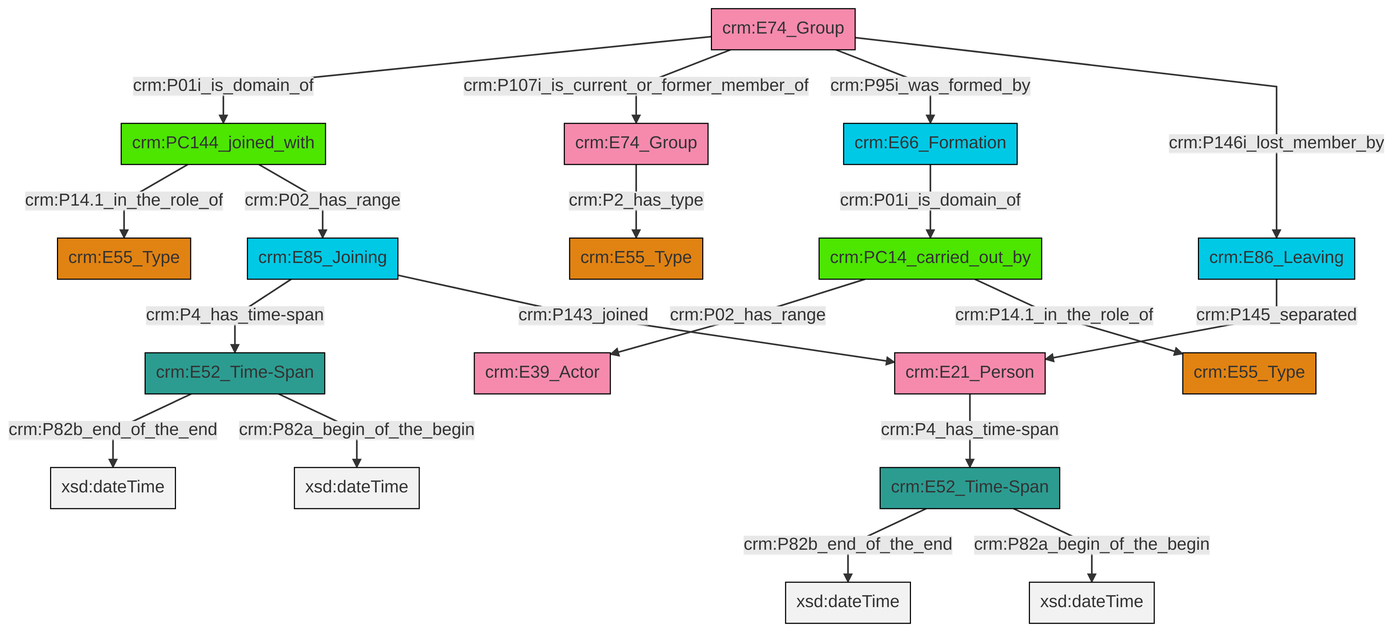
Earlier version of the Mermaid export et/groupCSV/ttl/mmd/png/group_actor_relations.png (swiss-art-research-net/reference-data-models). Its source is kept beside it as et/groupCSV/ttl/mmd/group_actor_relations.ttl.mmd.
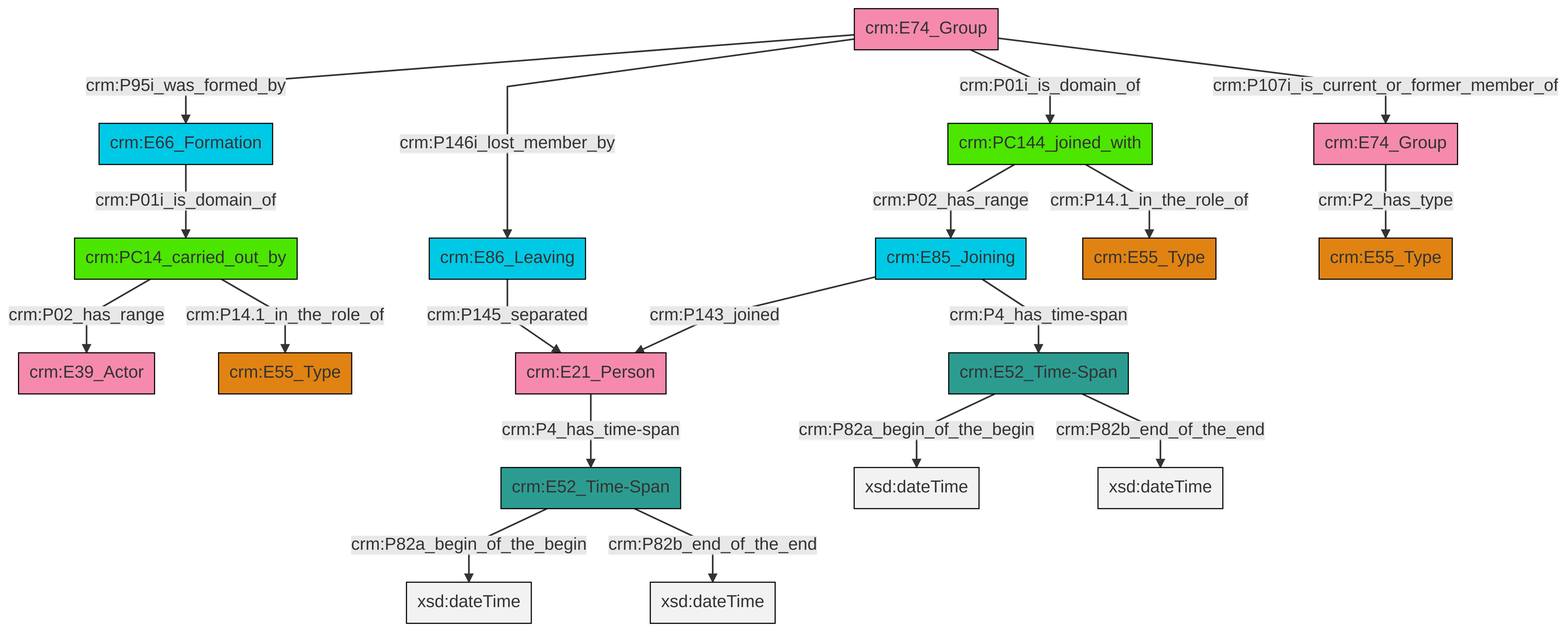
The same diagram one commit later.

What changed in the source:
```diff
@@ -13,21 +13,21 @@
 classDef PC_Classes fill:#4ce600, stroke:#000000;
 classDef Multi fill:#cccccc,stroke:#000000;
 
-2["crm:E74_Group"]:::Actor -->|crm:P01i_is_domain_of| 3["crm:PC144_joined_with"]:::PC_Classes
-4["crm:E52_Time-Span"]:::Time-Span -->|crm:P82b_end_of_the_end| 5[xsd:dateTime]:::Literal
-6["crm:PC14_carried_out_by"]:::PC_Classes -->|crm:P02_has_range| 7["crm:E39_Actor"]:::Actor
-3["crm:PC144_joined_with"]:::PC_Classes -->|crm:P14.1_in_the_role_of| 0["crm:E55_Type"]:::Type
-6["crm:PC14_carried_out_by"]:::PC_Classes -->|crm:P14.1_in_the_role_of| 9["crm:E55_Type"]:::Type
-13["crm:E85_Joining"]:::Temporal_Entity -->|crm:P4_has_time-span| 14["crm:E52_Time-Span"]:::Time-Span
-15["crm:E66_Formation"]:::Temporal_Entity -->|crm:P01i_is_domain_of| 6["crm:PC14_carried_out_by"]:::PC_Classes
-16["crm:E86_Leaving"]:::Temporal_Entity -->|crm:P145_separated| 17["crm:E21_Person"]:::Actor
-4["crm:E52_Time-Span"]:::Time-Span -->|crm:P82a_begin_of_the_begin| 19[xsd:dateTime]:::Literal
-2["crm:E74_Group"]:::Actor -->|crm:P107i_is_current_or_former_member_of| 22["crm:E74_Group"]:::Actor
-14["crm:E52_Time-Span"]:::Time-Span -->|crm:P82b_end_of_the_end| 24[xsd:dateTime]:::Literal
-13["crm:E85_Joining"]:::Temporal_Entity -->|crm:P143_joined| 17["crm:E21_Person"]:::Actor
-14["crm:E52_Time-Span"]:::Time-Span -->|crm:P82a_begin_of_the_begin| 27[xsd:dateTime]:::Literal
-3["crm:PC144_joined_with"]:::PC_Classes -->|crm:P02_has_range| 13["crm:E85_Joining"]:::Temporal_Entity
-22["crm:E74_Group"]:::Actor -->|crm:P2_has_type| 11["crm:E55_Type"]:::Type
-17["crm:E21_Person"]:::Actor -->|crm:P4_has_time-span| 4["crm:E52_Time-Span"]:::Time-Span
-2["crm:E74_Group"]:::Actor -->|crm:P95i_was_formed_by| 15["crm:E66_Formation"]:::Temporal_Entity
-2["crm:E74_Group"]:::Actor -->|crm:P146i_lost_member_by| 16["crm:E86_Leaving"]:::Temporal_Entity
+0["crm:E74_Group"]:::Actor -->|crm:P01i_is_domain_of| 1["crm:PC144_joined_with"]:::PC_Classes
+6["crm:E52_Time-Span"]:::Time-Span -->|crm:P82a_begin_of_the_begin| 7[xsd:dateTime]:::Literal
+1["crm:PC144_joined_with"]:::PC_Classes -->|crm:P02_has_range| 10["crm:E85_Joining"]:::Temporal_Entity
+0["crm:E74_Group"]:::Actor -->|crm:P95i_was_formed_by| 11["crm:E66_Formation"]:::Temporal_Entity
+2["crm:PC14_carried_out_by"]:::PC_Classes -->|crm:P14.1_in_the_role_of| 14["crm:E55_Type"]:::Type
+10["crm:E85_Joining"]:::Temporal_Entity -->|crm:P143_joined| 19["crm:E21_Person"]:::Actor
+10["crm:E85_Joining"]:::Temporal_Entity -->|crm:P4_has_time-span| 20["crm:E52_Time-Span"]:::Time-Span
+1["crm:PC144_joined_with"]:::PC_Classes -->|crm:P14.1_in_the_role_of| 16["crm:E55_Type"]:::Type
+12["crm:E74_Group"]:::Actor -->|crm:P2_has_type| 21["crm:E55_Type"]:::Type
+0["crm:E74_Group"]:::Actor -->|crm:P107i_is_current_or_former_member_of| 12["crm:E74_Group"]:::Actor
+4["crm:E86_Leaving"]:::Temporal_Entity -->|crm:P145_separated| 19["crm:E21_Person"]:::Actor
+2["crm:PC14_carried_out_by"]:::PC_Classes -->|crm:P02_has_range| 8["crm:E39_Actor"]:::Actor
+11["crm:E66_Formation"]:::Temporal_Entity -->|crm:P01i_is_domain_of| 2["crm:PC14_carried_out_by"]:::PC_Classes
+6["crm:E52_Time-Span"]:::Time-Span -->|crm:P82b_end_of_the_end| 30[xsd:dateTime]:::Literal
+19["crm:E21_Person"]:::Actor -->|crm:P4_has_time-span| 6["crm:E52_Time-Span"]:::Time-Span
+20["crm:E52_Time-Span"]:::Time-Span -->|crm:P82a_begin_of_the_begin| 32[xsd:dateTime]:::Literal
+20["crm:E52_Time-Span"]:::Time-Span -->|crm:P82b_end_of_the_end| 33[xsd:dateTime]:::Literal
+0["crm:E74_Group"]:::Actor -->|crm:P146i_lost_member_by| 4["crm:E86_Leaving"]:::Temporal_Entity
```
